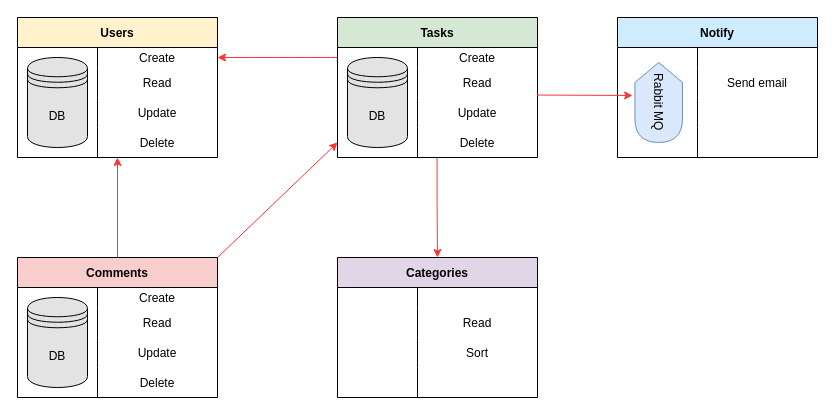
Ciberian/Task-Force-Backend keeps this draw.io diagram as specification/specification.drawio. Above is the earlier version. Source tidied: cells renumbered, new cells numbered last; positions are measured from the earlier drawing's top-left corner, leaving out a move shared by most shapes. Both pictures are drawn from the tidied source at 100%, with x=0, y=0 at pixel (17, 17).
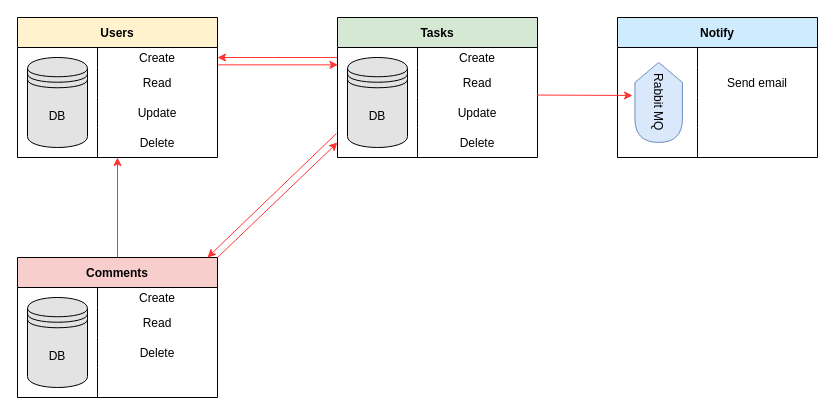
Above is the later version.

Unchanged cells that the change refers to:
```xml
<mxCell id="6" style="shape=tableRow;horizontal=0;startSize=0;swimlaneHead=0;swimlaneBody=0;fillColor=none;points=[[0,0.5],[1,0.5]];portConstraint=eastwest;top=0;left=0;right=0;bottom=0;" parent="2" vertex="1">
  <mxGeometry y="50" width="200" height="30" as="geometry" />
</mxCell>
<mxCell id="17" style="shape=tableRow;horizontal=0;startSize=0;swimlaneHead=0;swimlaneBody=0;fillColor=none;points=[[0,0.5],[1,0.5]];portConstraint=eastwest;top=0;left=0;right=0;bottom=0;" parent="16" vertex="1">
  <mxGeometry y="30" width="200" height="20" as="geometry" />
</mxCell>
<mxCell id="26" style="shape=tableRow;horizontal=0;startSize=0;swimlaneHead=0;swimlaneBody=0;fillColor=none;points=[[0,0.5],[1,0.5]];portConstraint=eastwest;top=0;left=0;right=0;bottom=0;" parent="16" vertex="1">
  <mxGeometry y="110" width="200" height="30" as="geometry" />
</mxCell>
<mxCell id="32" value="Comments" style="shape=table;startSize=30;childLayout=tableLayout;rowLines=0;fontStyle=1;align=center;fillColor=#F8CECC;" parent="1" vertex="1">
  <mxGeometry y="240" width="200" height="140" as="geometry" />
</mxCell>
```

What changed in the source:
```diff
@@
+    <mxCell id="42" style="shape=tableRow;horizontal=0;startSize=0;swimlaneHead=0;swimlaneBody=0;fillColor=none;top=0;left=0;right=0;bottom=0;" parent="32" vertex="1">
+      <mxGeometry y="80" width="200" height="30" as="geometry" />
+    </mxCell>
+    <mxCell id="43" style="shape=partialRectangle;fillColor=none;top=0;left=0;bottom=0;right=0;overflow=hidden;" parent="42" vertex="1">
+      <mxGeometry width="80" height="30" as="geometry" />
+    </mxCell>
+    <mxCell id="44" value="Delete" style="shape=partialRectangle;fillColor=none;top=0;left=0;bottom=0;right=0;overflow=hidden;" parent="42" vertex="1">
+      <mxGeometry x="80" width="120" height="30" as="geometry" />
+    </mxCell>
     <mxCell id="39" style="shape=tableRow;horizontal=0;startSize=0;swimlaneHead=0;swimlaneBody=0;fillColor=none;top=0;left=0;right=0;bottom=0;" parent="32" vertex="1">
-      <mxGeometry y="80" width="200" height="30" as="geometry" />
+      <mxGeometry y="110" width="200" height="30" as="geometry" />
     </mxCell>
@@
-    <mxCell id="41" value="Update" style="shape=partialRectangle;fillColor=none;top=0;left=0;bottom=0;right=0;overflow=hidden;" parent="39" vertex="1">
+    <mxCell id="41" style="shape=partialRectangle;fillColor=none;top=0;left=0;bottom=0;right=0;overflow=hidden;" parent="39" vertex="1">
       <mxGeometry x="80" width="120" height="30" as="geometry" />
     </mxCell>
-    <mxCell id="42" style="shape=tableRow;horizontal=0;startSize=0;swimlaneHead=0;swimlaneBody=0;fillColor=none;top=0;left=0;right=0;bottom=0;" parent="32" vertex="1">
-      <mxGeometry y="110" width="200" height="30" as="geometry" />
-    </mxCell>
-    <mxCell id="43" style="shape=partialRectangle;fillColor=none;top=0;left=0;bottom=0;right=0;overflow=hidden;" parent="42" vertex="1">
-      <mxGeometry width="80" height="30" as="geometry" />
-    </mxCell>
-    <mxCell id="44" value="Delete" style="shape=partialRectangle;fillColor=none;top=0;left=0;bottom=0;right=0;overflow=hidden;" parent="42" vertex="1">
-      <mxGeometry x="80" width="120" height="30" as="geometry" />
-    </mxCell>
@@
-    <mxCell id="46" value="Categories" style="shape=table;startSize=30;childLayout=tableLayout;rowLines=0;fontStyle=1;align=center;fillColor=#E1D5E7;" parent="1" vertex="1">
-      <mxGeometry x="320" y="240" width="200" height="140" as="geometry" />
-    </mxCell>
-    <mxCell id="47" style="shape=tableRow;horizontal=0;startSize=0;swimlaneHead=0;swimlaneBody=0;fillColor=none;top=0;left=0;right=0;bottom=0;" parent="46" vertex="1">
-      <mxGeometry y="30" width="200" height="20" as="geometry" />
-    </mxCell>
-    <mxCell id="48" style="shape=partialRectangle;fillColor=none;top=0;left=0;bottom=0;right=0;overflow=hidden;" parent="47" vertex="1">
-      <mxGeometry width="80" height="20" as="geometry" />
-    </mxCell>
-    <mxCell id="49" style="shape=partialRectangle;fillColor=none;top=0;left=0;bottom=0;right=0;overflow=hidden;" parent="47" vertex="1">
-      <mxGeometry x="80" width="120" height="20" as="geometry" />
-    </mxCell>
-    <mxCell id="50" style="shape=tableRow;horizontal=0;startSize=0;swimlaneHead=0;swimlaneBody=0;fillColor=none;top=0;left=0;right=0;bottom=0;" parent="46" vertex="1">
-      <mxGeometry y="50" width="200" height="30" as="geometry" />
-    </mxCell>
-    <mxCell id="51" style="shape=partialRectangle;fillColor=none;top=0;left=0;bottom=0;right=0;overflow=hidden;" parent="50" vertex="1">
-      <mxGeometry width="80" height="30" as="geometry" />
-    </mxCell>
-    <mxCell id="52" value="Read" style="shape=partialRectangle;fillColor=none;top=0;left=0;bottom=0;right=0;overflow=hidden;" parent="50" vertex="1">
-      <mxGeometry x="80" width="120" height="30" as="geometry" />
-    </mxCell>
-    <mxCell id="53" style="shape=tableRow;horizontal=0;startSize=0;swimlaneHead=0;swimlaneBody=0;fillColor=none;top=0;left=0;right=0;bottom=0;" parent="46" vertex="1">
-      <mxGeometry y="80" width="200" height="30" as="geometry" />
-    </mxCell>
-    <mxCell id="54" style="shape=partialRectangle;fillColor=none;top=0;left=0;bottom=0;right=0;overflow=hidden;" parent="53" vertex="1">
-      <mxGeometry width="80" height="30" as="geometry" />
-    </mxCell>
-    <mxCell id="55" value="Sort" style="shape=partialRectangle;fillColor=none;top=0;left=0;bottom=0;right=0;overflow=hidden;" parent="53" vertex="1">
-      <mxGeometry x="80" width="120" height="30" as="geometry" />
-    </mxCell>
-    <mxCell id="56" style="shape=tableRow;horizontal=0;startSize=0;swimlaneHead=0;swimlaneBody=0;fillColor=none;top=0;left=0;right=0;bottom=0;" parent="46" vertex="1">
-      <mxGeometry y="110" width="200" height="30" as="geometry" />
-    </mxCell>
-    <mxCell id="57" style="shape=partialRectangle;fillColor=none;top=0;left=0;bottom=0;right=0;overflow=hidden;" parent="56" vertex="1">
-      <mxGeometry width="80" height="30" as="geometry" />
-    </mxCell>
-    <mxCell id="58" style="shape=partialRectangle;fillColor=none;top=0;left=0;bottom=0;right=0;overflow=hidden;" parent="56" vertex="1">
-      <mxGeometry x="80" width="120" height="30" as="geometry" />
-    </mxCell>
@@
-    <mxCell id="60" style="edgeStyle=orthogonalEdgeStyle;rounded=0;jettySize=auto;html=1;exitX=0.498;exitY=1.004;exitDx=0;exitDy=0;entryX=0.5;entryY=0;entryDx=0;entryDy=0;exitPerimeter=0;strokeColor=#FF3333;" parent="1" edge="1" source="26" target="46">
-      <mxGeometry relative="1" as="geometry" />
-    </mxCell>
@@
+    <mxCell id="78" style="rounded=1;jettySize=auto;html=1;exitX=-0.006;exitY=0.205;exitDx=0;exitDy=0;shadow=0;sketch=0;strokeColor=#FF3333;exitPerimeter=0;" parent="1" edge="1" source="26">
+      <mxGeometry relative="1" as="geometry">
+        <mxPoint x="190" y="240" as="targetPoint" />
+      </mxGeometry>
+    </mxCell>
+    <mxCell id="79" style="rounded=1;jettySize=auto;html=1;exitX=1.004;exitY=-0.088;exitDx=0;exitDy=0;entryX=0.002;entryY=0.868;entryDx=0;entryDy=0;shadow=0;sketch=0;strokeColor=#FF3333;exitPerimeter=0;entryPerimeter=0;" parent="1" edge="1" source="6" target="17">
+      <mxGeometry relative="1" as="geometry" />
+    </mxCell>
```
